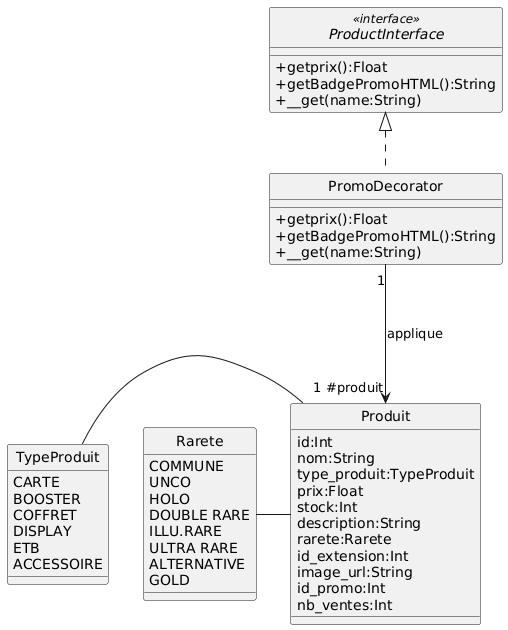
Above: decorator_pattern.png in oriane-dlgo/e-pokecard (PlantUML), before the change.
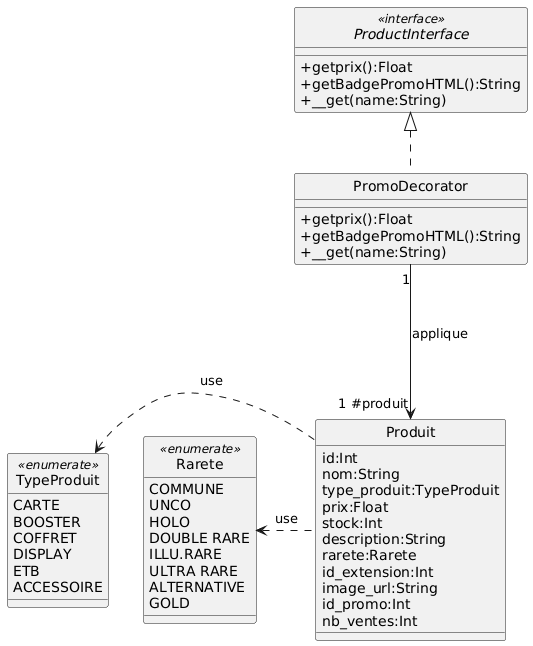
The same file after the commit.

Change to the diagram source:
```diff
@@ -25,7 +25,7 @@
 }
 
 
-enum TypeProduit{
+enum TypeProduit<<enumerate>>{
     CARTE
     BOOSTER
     COFFRET
@@ -33,7 +33,7 @@
     ETB
     ACCESSOIRE
 }
-enum Rarete{
+enum Rarete<<enumerate>>{
     COMMUNE
     UNCO
     HOLO
@@ -51,7 +51,7 @@
 
 }
 
-TypeProduit - Produit
-Rarete - Produit
+TypeProduit <. Produit:use
+Rarete <. Produit:use
 PromoDecorator "1" ---> " 1 #produit" Produit:applique
 @enduml
```
